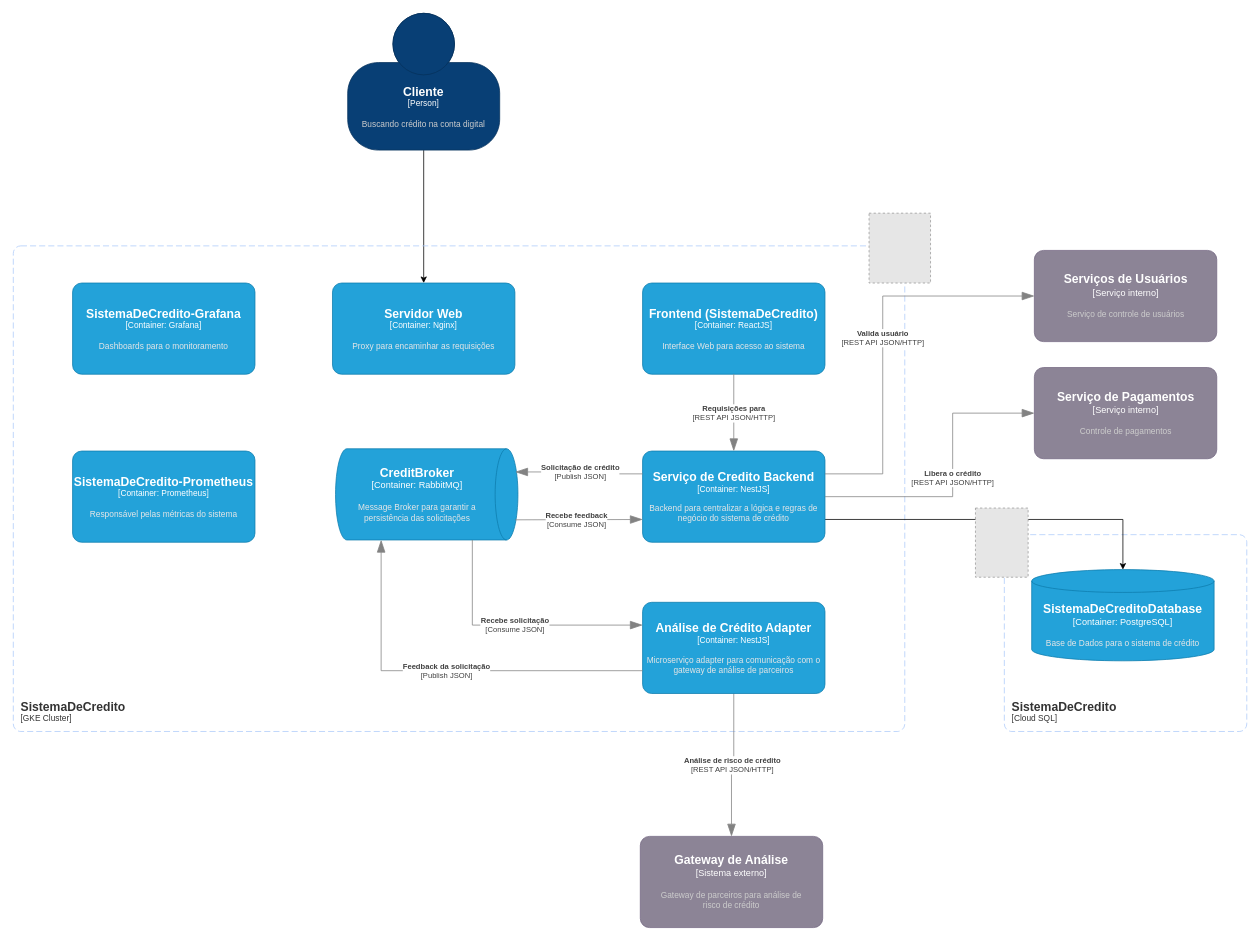
Before: page "C2" (2 of 3) of arquitetura/SistemaDeCredito.drawio in Jwmffreitas/SistemaDeCredito, a draw.io diagram. Source tidied: cells renumbered, new cells numbered last; positions are measured from the earlier drawing's top-left corner, leaving out a move shared by most shapes. Both pictures are drawn from the tidied source at 76%, with x=0, y=0 at pixel (13, 13). Pictures stored in the file or linked from it are replaced by grey dashed boxes.
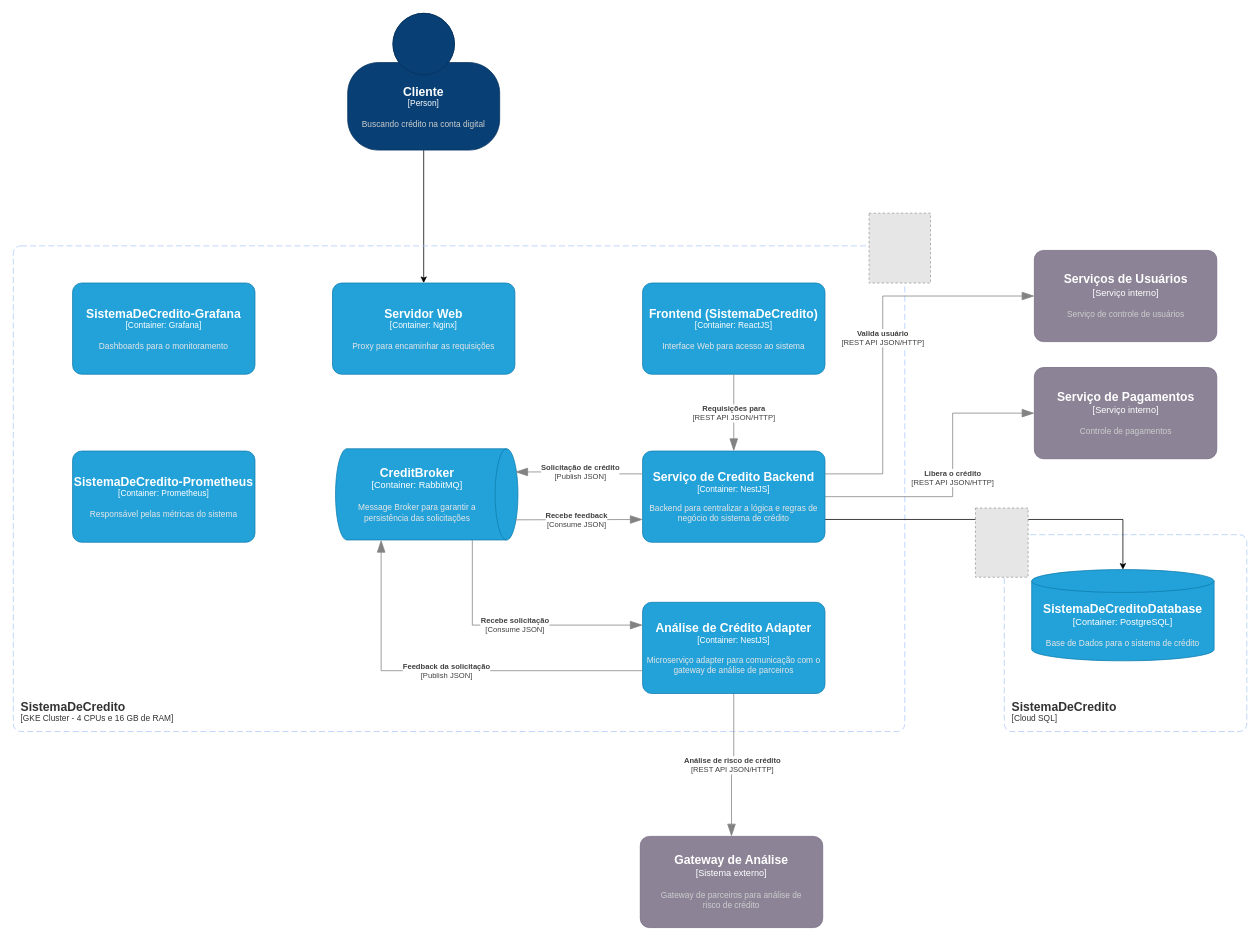
After the change.

What changed in the source:
```diff
@@
-    <object id="7" label="&lt;font style=&quot;font-size: 16px&quot;&gt;&lt;b&gt;&lt;div style=&quot;text-align: left&quot;&gt;%c4Name%&lt;/div&gt;&lt;/b&gt;&lt;/font&gt;&lt;div style=&quot;text-align: left&quot;&gt;[%c4Application%]&lt;/div&gt;" c4Application="GKE Cluster" c4Name="SistemaDeCredito" placeholders="1">
+    <object id="7" label="&lt;font style=&quot;font-size: 16px&quot;&gt;&lt;b&gt;&lt;div style=&quot;text-align: left&quot;&gt;%c4Name%&lt;/div&gt;&lt;/b&gt;&lt;/font&gt;&lt;div style=&quot;text-align: left&quot;&gt;[%c4Application%]&lt;/div&gt;" c4Application="GKE Cluster - 4 CPUs e 16 GB de RAM" c4Name="SistemaDeCredito" placeholders="1">
       <mxCell style="rounded=1;fontSize=11;whiteSpace=wrap;html=1;dashed=1;arcSize=20;fillColor=none;strokeColor=#AECBFA;fontColor=#333333;labelBackgroundColor=none;align=left;verticalAlign=bottom;labelBorderColor=none;spacingTop=0;spacing=10;dashPattern=8 4;perimeter=rectanglePerimeter;noLabel=0;labelPadding=0;absoluteArcSize=1;" parent="1" vertex="1">
         <mxGeometry y="306" width="1173" height="639" as="geometry" />
       </mxCell>
     </object>
```
